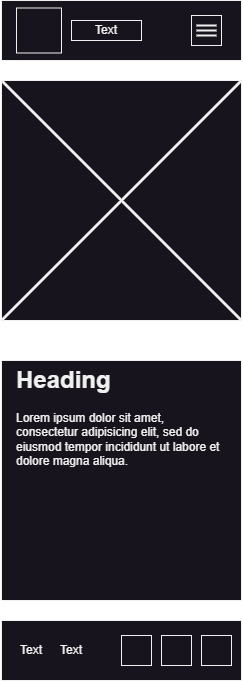
The draw.io diagram lesson03/images/mobile.png in Ginaahumada/wdd230, before a commit. Source tidied: cells renumbered, new cells last; positions are measured from the earlier drawing's top-left corner, leaving out a move shared by most shapes.
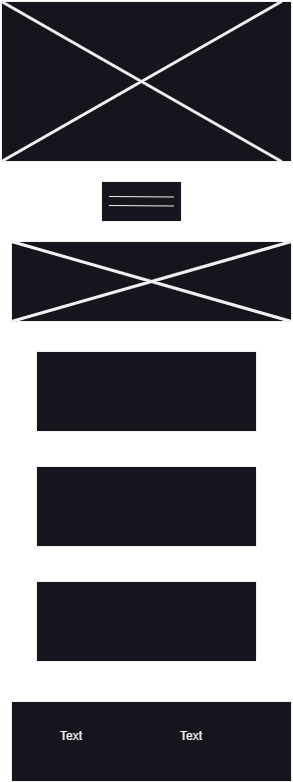
The same diagram one commit later.

Change to the diagram source:
```diff
@@ -2,59 +2,44 @@
   <root>
     <mxCell id="0" />
     <mxCell id="1" parent="0" />
-    <mxCell id="2" style="rounded=0;whiteSpace=wrap;html=1;" parent="1" vertex="1">
-      <mxGeometry width="240" height="60" as="geometry" />
-    </mxCell>
-    <mxCell id="3" style="whiteSpace=wrap;html=1;fontFamily=Helvetica;" parent="1" vertex="1">
-      <mxGeometry y="80" width="240" height="240" as="geometry" />
-    </mxCell>
-    <mxCell id="4" style="shape=umlDestroy;whiteSpace=wrap;html=1;strokeWidth=3;fontFamily=Helvetica;" parent="1" vertex="1">
-      <mxGeometry y="80" width="240" height="240" as="geometry" />
-    </mxCell>
-    <mxCell id="5" style="whiteSpace=wrap;html=1;" parent="1" vertex="1">
-      <mxGeometry y="360" width="240" height="240" as="geometry" />
-    </mxCell>
-    <mxCell id="6" value="&lt;h1&gt;Heading&lt;/h1&gt;&lt;p&gt;Lorem ipsum dolor sit amet, consectetur adipisicing elit, sed do eiusmod tempor incididunt ut labore et dolore magna aliqua.&lt;/p&gt;" style="text;html=1;strokeColor=none;fillColor=none;spacing=5;spacingTop=-20;whiteSpace=wrap;overflow=hidden;rounded=0;" parent="1" vertex="1">
-      <mxGeometry x="10" y="360" width="220" height="220" as="geometry" />
-    </mxCell>
-    <mxCell id="7" style="rounded=0;whiteSpace=wrap;html=1;" parent="1" vertex="1">
-      <mxGeometry y="620" width="240" height="60" as="geometry" />
-    </mxCell>
-    <mxCell id="8" style="whiteSpace=wrap;html=1;fontFamily=Helvetica;" parent="1" vertex="1">
-      <mxGeometry x="200" y="635" width="30" height="30" as="geometry" />
-    </mxCell>
-    <mxCell id="9" style="whiteSpace=wrap;html=1;fontFamily=Helvetica;" parent="1" vertex="1">
-      <mxGeometry x="160" y="635" width="30" height="30" as="geometry" />
-    </mxCell>
-    <mxCell id="10" style="whiteSpace=wrap;html=1;fontFamily=Helvetica;" parent="1" vertex="1">
-      <mxGeometry x="120" y="635" width="30" height="30" as="geometry" />
-    </mxCell>
-    <mxCell id="11" value="Text" style="text;html=1;strokeColor=none;fillColor=none;align=center;verticalAlign=middle;whiteSpace=wrap;rounded=0;" parent="1" vertex="1">
-      <mxGeometry y="635" width="60" height="30" as="geometry" />
-    </mxCell>
-    <mxCell id="12" value="Text" style="text;html=1;strokeColor=none;fillColor=none;align=center;verticalAlign=middle;whiteSpace=wrap;rounded=0;" parent="1" vertex="1">
-      <mxGeometry x="40" y="635" width="60" height="30" as="geometry" />
-    </mxCell>
-    <mxCell id="13" style="whiteSpace=wrap;html=1;fontFamily=Helvetica;" parent="1" vertex="1">
-      <mxGeometry x="15" y="7.5" width="45" height="45" as="geometry" />
-    </mxCell>
-    <mxCell id="14" style="rounded=0;whiteSpace=wrap;html=1;" parent="1" vertex="1">
-      <mxGeometry x="70" y="20" width="70" height="20" as="geometry" />
-    </mxCell>
-    <mxCell id="15" style="whiteSpace=wrap;html=1;fontFamily=Helvetica;" parent="1" vertex="1">
-      <mxGeometry x="190" y="15" width="30" height="30" as="geometry" />
-    </mxCell>
-    <mxCell id="16" style="line;strokeWidth=2;html=1;" parent="1" vertex="1">
-      <mxGeometry x="195" y="20" width="20" height="10" as="geometry" />
-    </mxCell>
-    <mxCell id="17" style="line;strokeWidth=2;html=1;" parent="1" vertex="1">
-      <mxGeometry x="195" y="25" width="20" height="10" as="geometry" />
-    </mxCell>
-    <mxCell id="18" style="line;strokeWidth=2;html=1;" parent="1" vertex="1">
-      <mxGeometry x="195" y="30" width="20" height="10" as="geometry" />
-    </mxCell>
-    <mxCell id="19" value="Text" style="text;html=1;strokeColor=none;fillColor=none;align=center;verticalAlign=middle;whiteSpace=wrap;rounded=0;" parent="1" vertex="1">
-      <mxGeometry x="75" y="15" width="60" height="30" as="geometry" />
-    </mxCell>
+    <mxCell id="20" style="rounded=0;whiteSpace=wrap;html=1;" parent="1" vertex="1">
+      <mxGeometry x="-10" y="-440" width="290" height="160" as="geometry" />
+    </mxCell>
+    <mxCell id="21" style="shape=umlDestroy;whiteSpace=wrap;html=1;strokeWidth=3;fontFamily=Helvetica;" parent="1" vertex="1">
+      <mxGeometry x="-10" y="-440" width="280" height="160" as="geometry" />
+    </mxCell>
+    <mxCell id="22" style="rounded=0;whiteSpace=wrap;html=1;" parent="1" vertex="1">
+      <mxGeometry x="90" y="-260" width="80" height="40" as="geometry" />
+    </mxCell>
+    <mxCell id="23" style="shape=link;html=1;rounded=0;width=9;" parent="1" edge="1">
+      <mxGeometry relative="1" as="geometry">
+        <mxPoint x="97.5" y="-240.5" as="sourcePoint" />
+        <mxPoint x="162.5" y="-240" as="targetPoint" />
+      </mxGeometry>
+    </mxCell>
+    <mxCell id="24" style="rounded=0;whiteSpace=wrap;html=1;" parent="1" vertex="1">
+      <mxGeometry x="25" y="140" width="220" height="80" as="geometry" />
+    </mxCell>
+    <mxCell id="25" style="rounded=0;whiteSpace=wrap;html=1;" parent="1" vertex="1">
+      <mxGeometry x="25" y="-90" width="220" height="80" as="geometry" />
+    </mxCell>
+    <mxCell id="26" style="rounded=0;whiteSpace=wrap;html=1;" parent="1" vertex="1">
+      <mxGeometry x="25" y="25" width="220" height="80" as="geometry" />
+    </mxCell>
+    <mxCell id="27" style="rounded=0;whiteSpace=wrap;html=1;" parent="1" vertex="1">
+      <mxGeometry y="-200" width="280" height="80" as="geometry" />
+    </mxCell>
+    <mxCell id="28" style="shape=umlDestroy;whiteSpace=wrap;html=1;strokeWidth=3;fontFamily=Helvetica;" parent="1" vertex="1">
+      <mxGeometry y="-200" width="280" height="80" as="geometry" />
+    </mxCell>
+    <mxCell id="29" style="rounded=0;whiteSpace=wrap;html=1;" parent="1" vertex="1">
+      <mxGeometry y="260" width="280" height="80" as="geometry" />
+    </mxCell>
+    <mxCell id="30" value="Text" style="text;html=1;align=center;verticalAlign=middle;whiteSpace=wrap;rounded=0;" parent="1" vertex="1">
+      <mxGeometry x="30" y="280" width="60" height="30" as="geometry" />
+    </mxCell>
+    <mxCell id="31" value="Text" style="text;html=1;align=center;verticalAlign=middle;whiteSpace=wrap;rounded=0;" parent="1" vertex="1">
+      <mxGeometry x="150" y="280" width="60" height="30" as="geometry" />
+    </mxCell>
   </root>
 </mxGraphModel>
```
